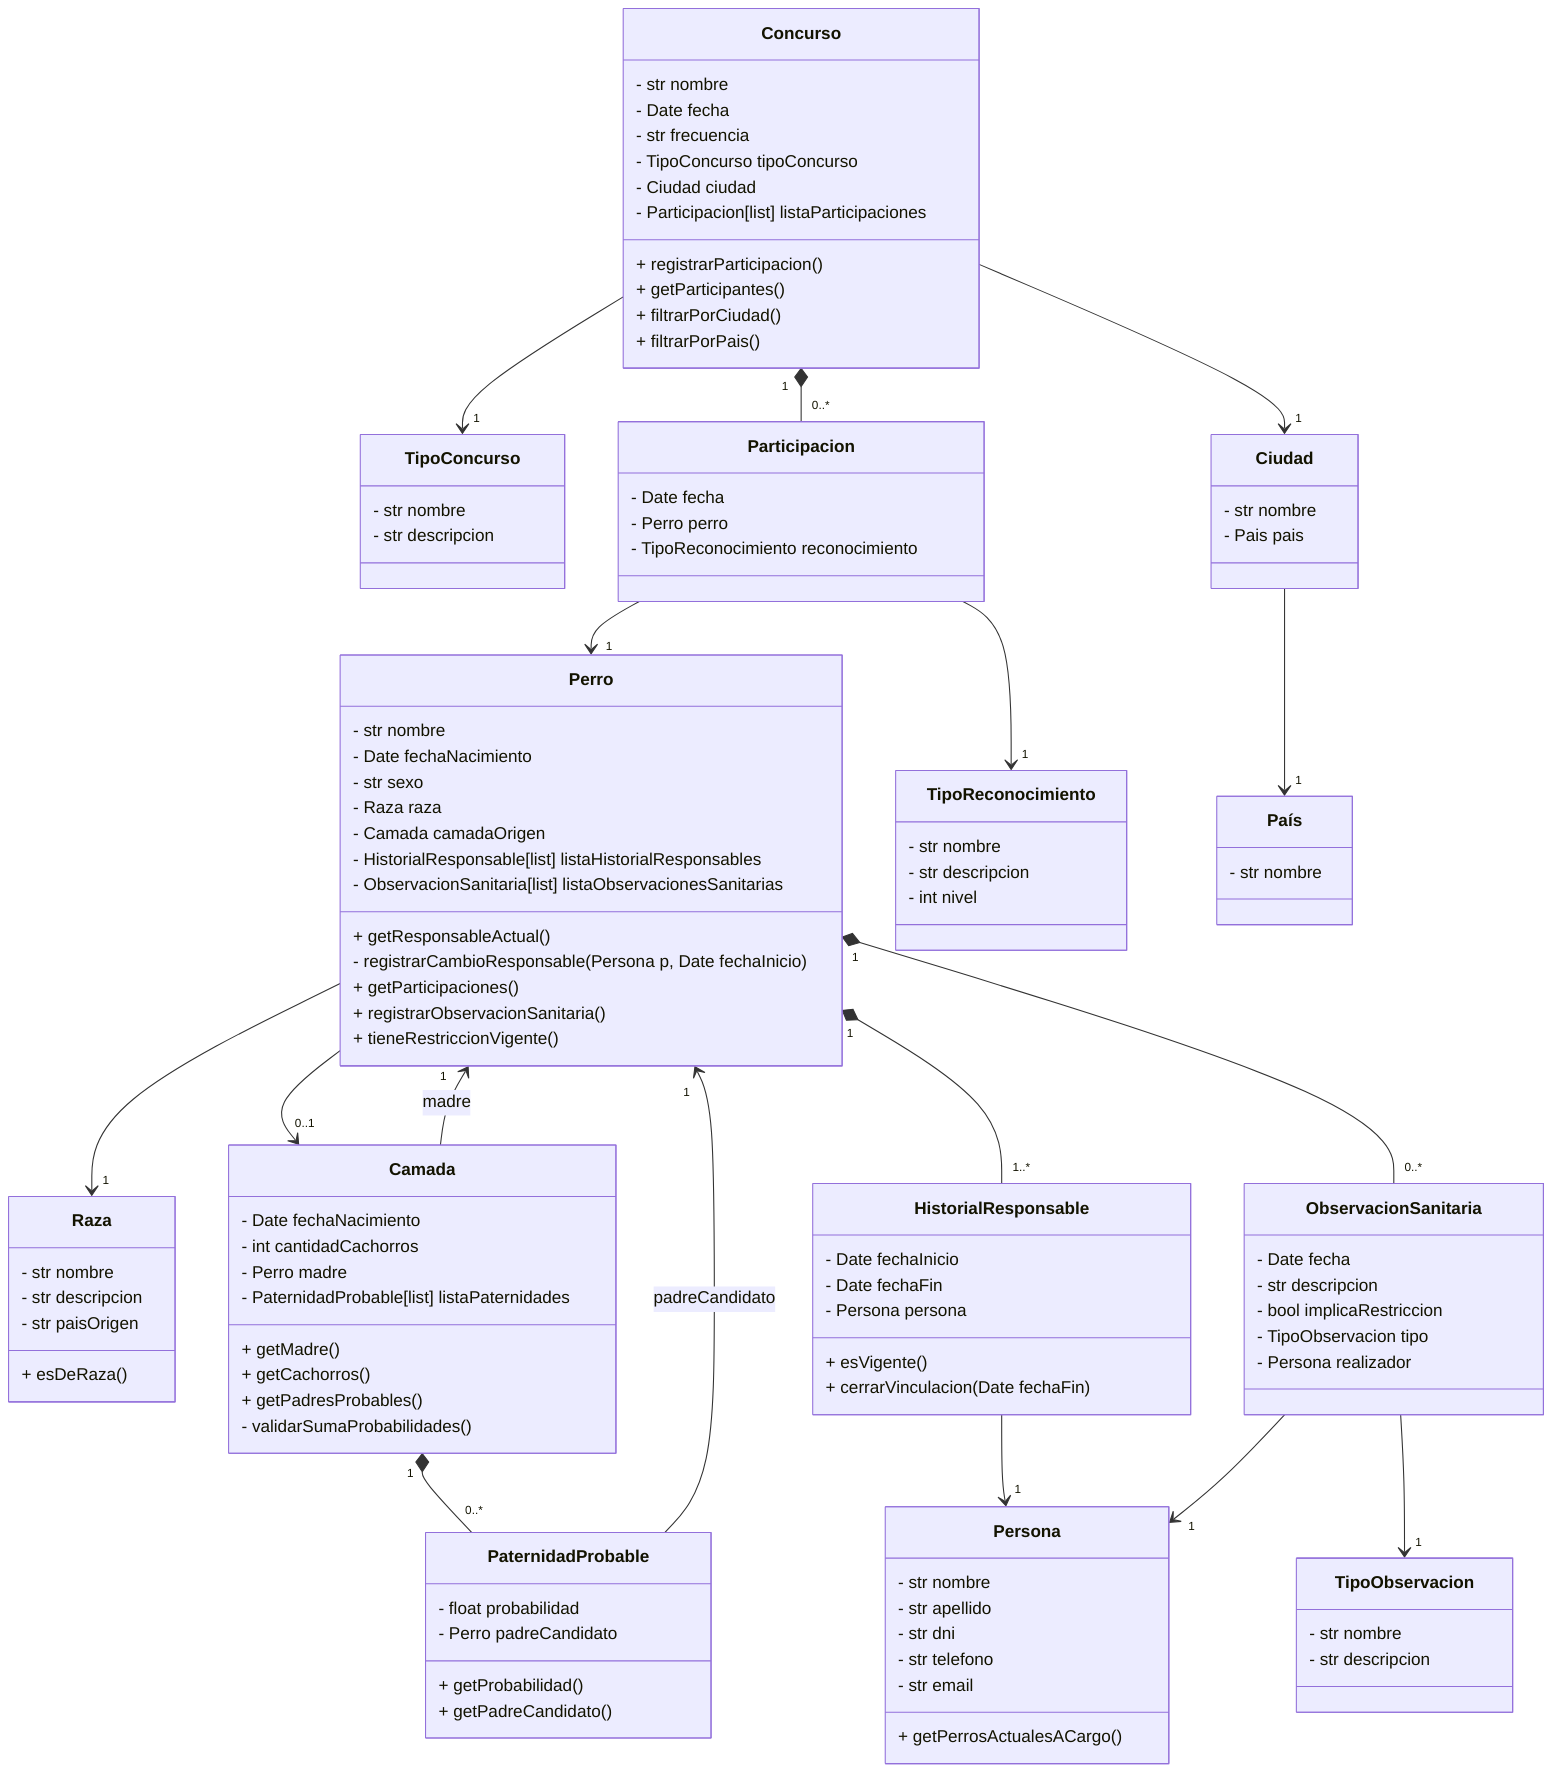
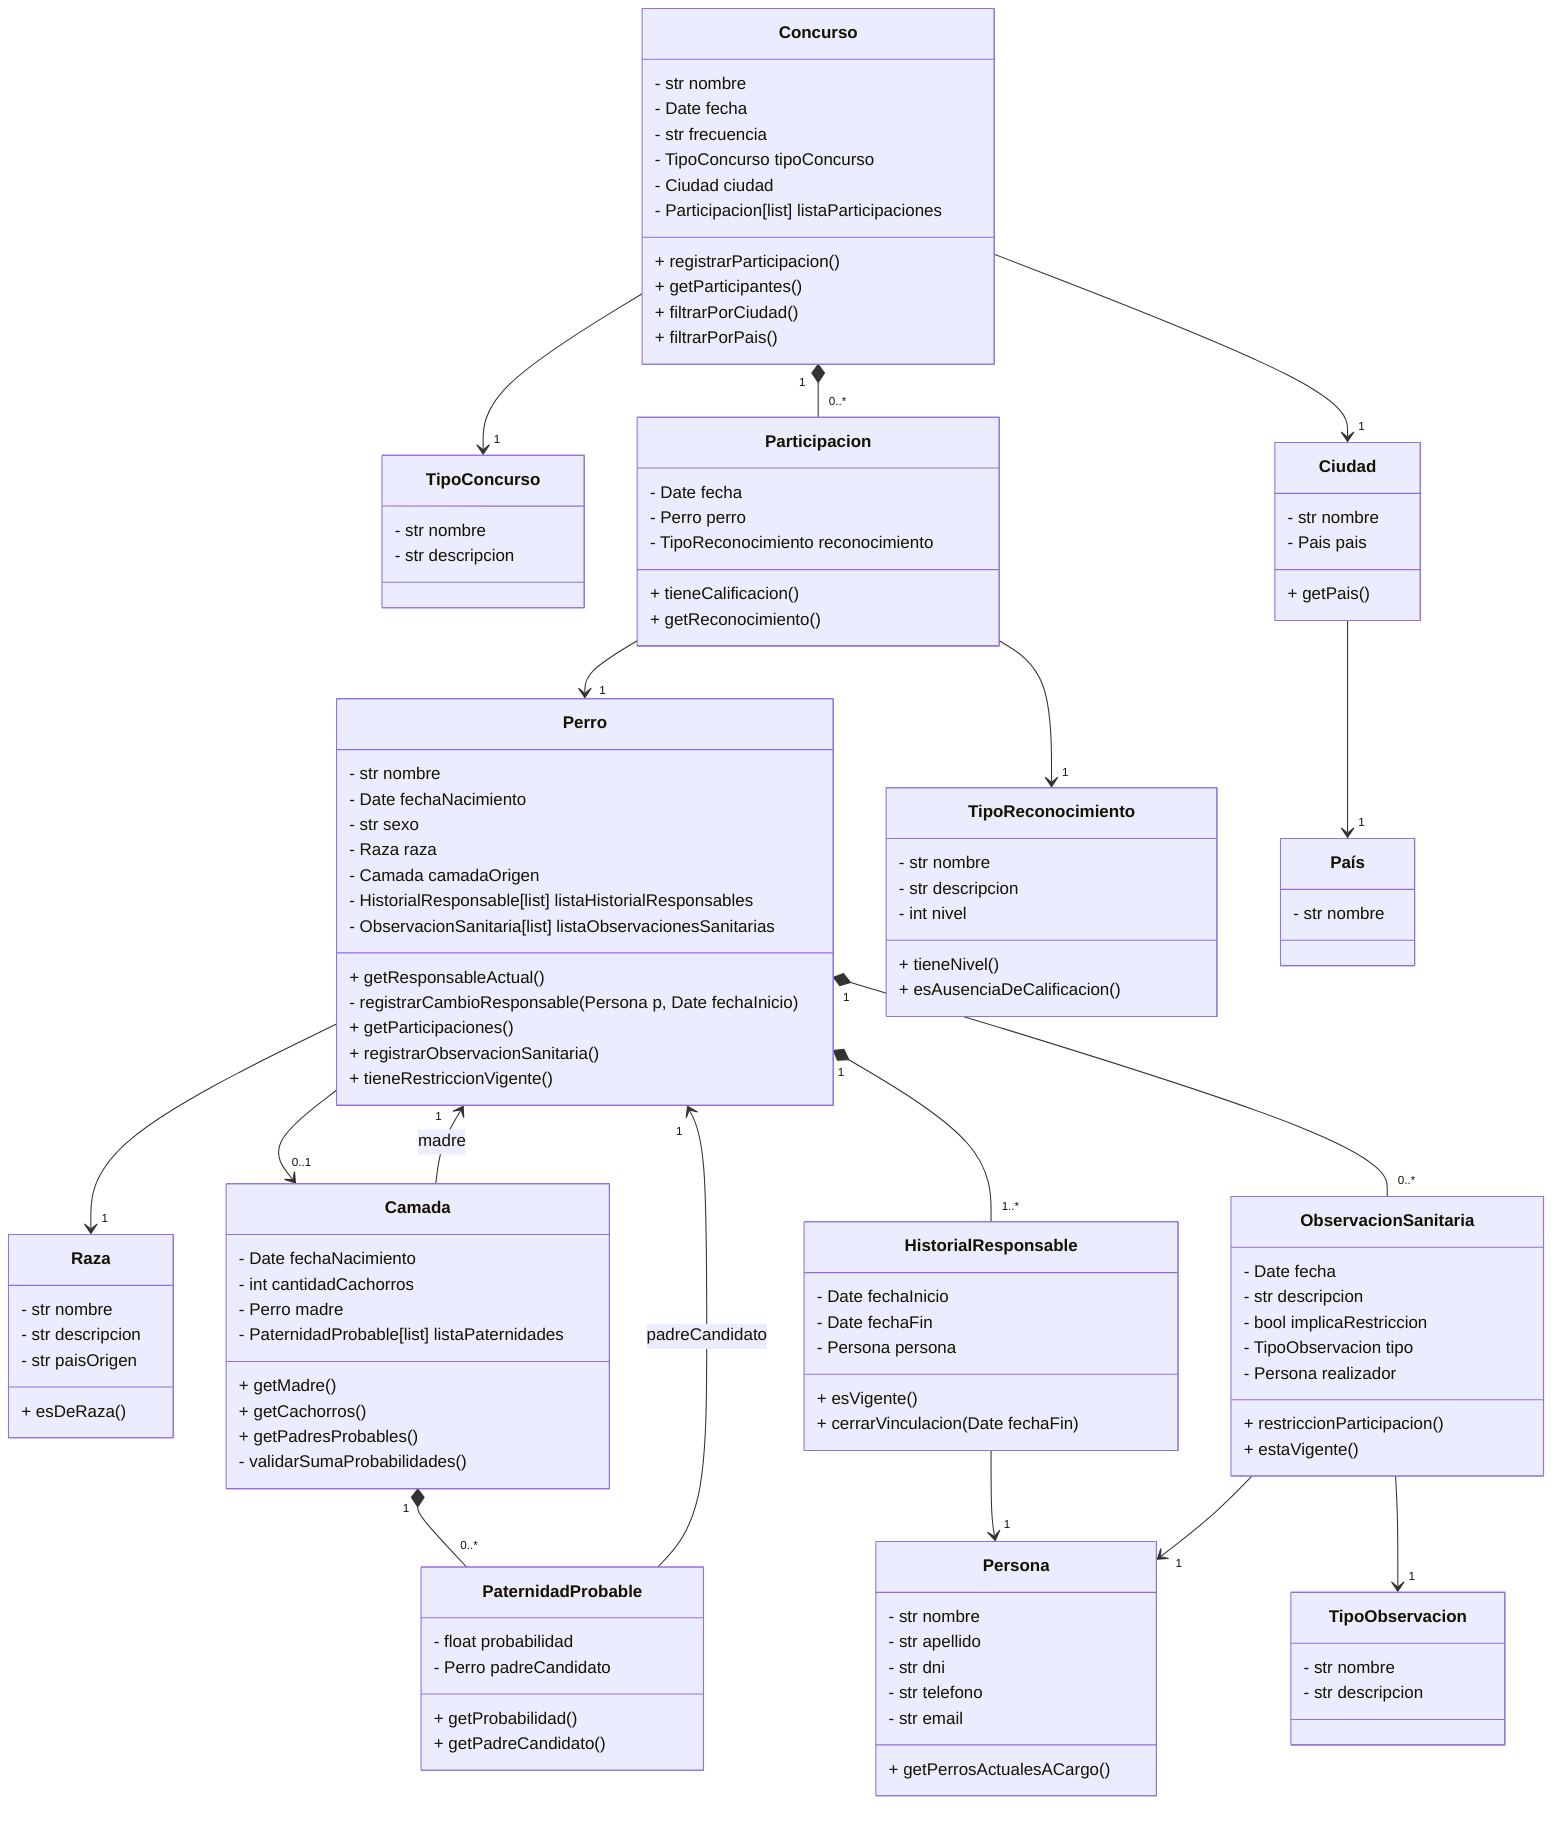
classDiagram

    class Perro {
        - str nombre
        - Date fechaNacimiento
        - str sexo
        - Raza raza
        - Camada camadaOrigen
        - HistorialResponsable[list] listaHistorialResponsables
        - ObservacionSanitaria[list] listaObservacionesSanitarias
        + getResponsableActual()
        - registrarCambioResponsable(Persona p, Date fechaInicio)
        + getParticipaciones()
        + registrarObservacionSanitaria()
        + tieneRestriccionVigente()
    }

    class Raza {
        - str nombre
        - str descripcion
        - str paisOrigen
        + esDeRaza()
    }

    class Camada {
        - Date fechaNacimiento
        - int cantidadCachorros
        - Perro madre
        - PaternidadProbable[list] listaPaternidades
        + getMadre()
        + getCachorros()
        + getPadresProbables()
        - validarSumaProbabilidades()
    }

    class PaternidadProbable {
        - float probabilidad
        - Perro padreCandidato
        + getProbabilidad()
        + getPadreCandidato()
    }

    class HistorialResponsable {
        - Date fechaInicio
        - Date fechaFin
        - Persona persona
        + esVigente()
        + cerrarVinculacion(Date fechaFin)
    }

    class Persona {
        - str nombre
        - str apellido
        - str dni
        - str telefono
        - str email
        + getPerrosActualesACargo()
    }

    class Concurso {
        - str nombre
        - Date fecha
        - str frecuencia
        - TipoConcurso tipoConcurso
        - Ciudad ciudad
        - Participacion[list] listaParticipaciones
        + registrarParticipacion()
        + getParticipantes()
        + filtrarPorCiudad()
        + filtrarPorPais()
    }

    class TipoConcurso {
        - str nombre
        - str descripcion
    }

    class Participacion {
        - Date fecha
        - Perro perro
        - TipoReconocimiento reconocimiento
+         + tieneCalificacion()
+         + getReconocimiento()
    }

    class TipoReconocimiento {
        - str nombre
        - str descripcion
        - int nivel
+         + tieneNivel()
+         + esAusenciaDeCalificacion()
    }

    class Ciudad {
        - str nombre
        - Pais pais
+         + getPais()
    }

    class País {
        - str nombre
    }

    class ObservacionSanitaria {
        - Date fecha
        - str descripcion
        - bool implicaRestriccion
        - TipoObservacion tipo
        - Persona realizador
+         + restriccionParticipacion()
+         + estaVigente()
    }

    class TipoObservacion {
        - str nombre
        - str descripcion
    }

    Perro --> "1" Raza
    Perro --> "0..1" Camada
    Camada --> "1" Perro : madre
    Camada "1" *-- "0..*" PaternidadProbable
    PaternidadProbable --> "1" Perro : padreCandidato
    Perro "1" *-- "1..*" HistorialResponsable
    HistorialResponsable --> "1" Persona
    Concurso --> "1" TipoConcurso
    Concurso --> "1" Ciudad
    Ciudad --> "1" País
    Concurso "1" *-- "0..*" Participacion
    Participacion --> "1" Perro
    Participacion --> "1" TipoReconocimiento
    Perro "1" *-- "0..*" ObservacionSanitaria
    ObservacionSanitaria --> "1" TipoObservacion
    ObservacionSanitaria --> "1" Persona